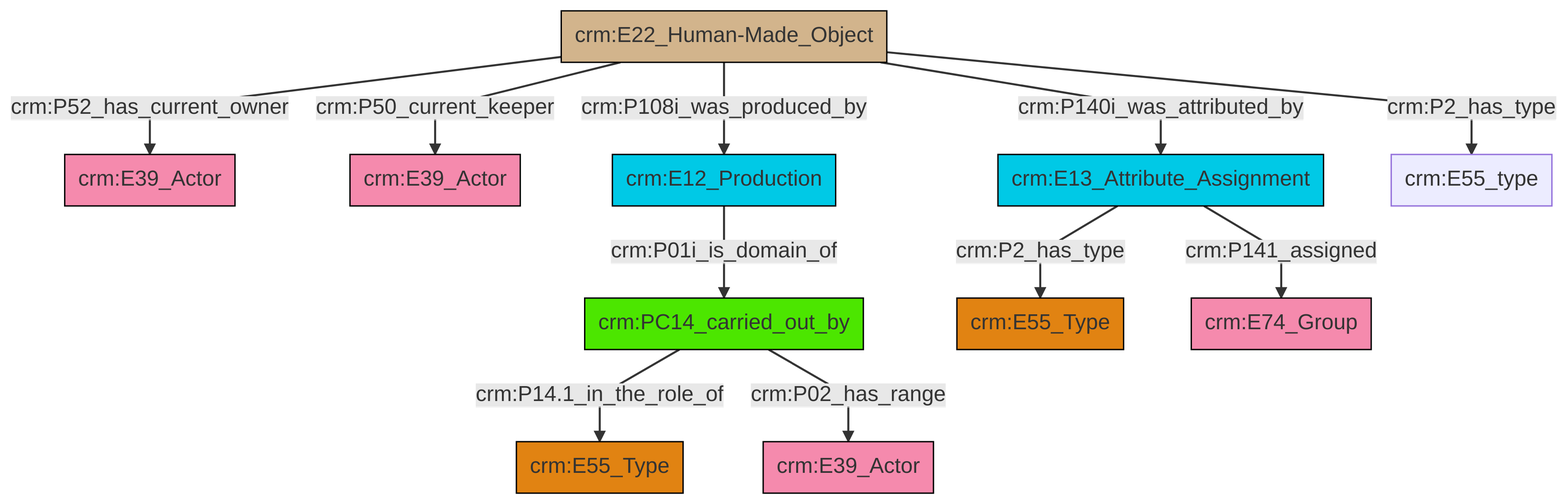
Earlier version of the Mermaid export et/artworkCSV/ttl/mmd/png/Artwork_Actor_Relations.png (swiss-art-research-net/reference-data-models). Its source is kept beside it as et/artworkCSV/ttl/mmd/Artwork_Actor_Relations.ttl.mmd.
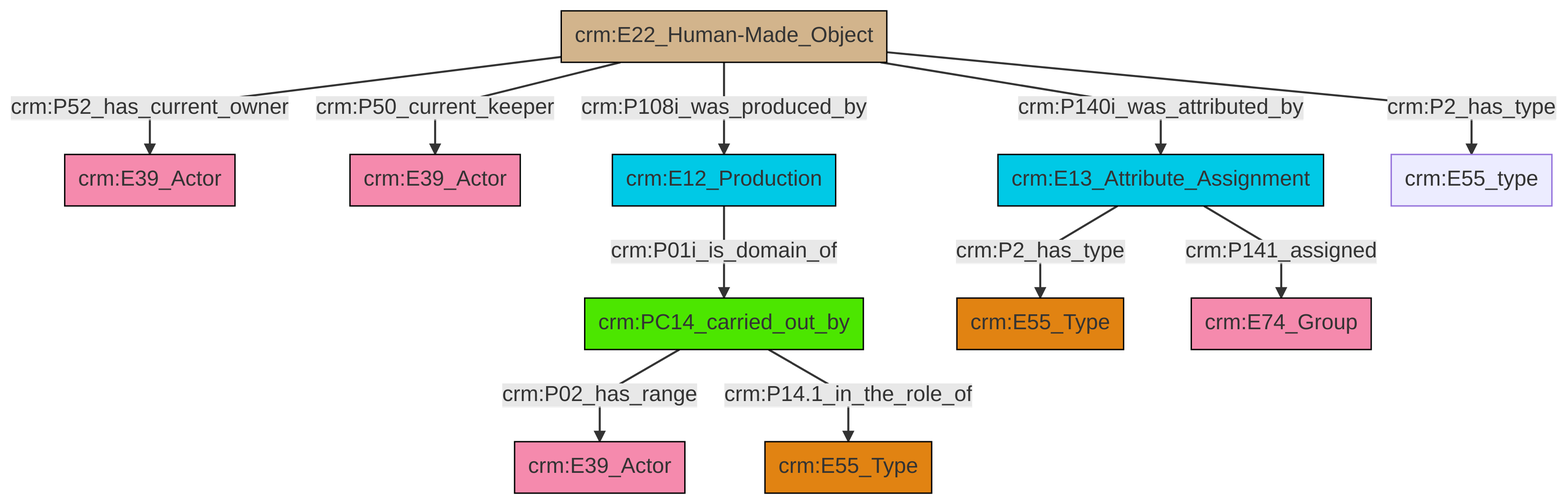
After the commit.

The edit, as a diff of the source:
```diff
@@ -13,13 +13,13 @@
 classDef PC_Classes fill:#4ce600, stroke:#000000;
 classDef Multi fill:#cccccc,stroke:#000000;
 
-2["crm:E22_Human-Made_Object"]:::Physical_Thing -->|crm:P50_current_keeper| 3["crm:E39_Actor"]:::Actor
-4["crm:PC14_carried_out_by"]:::PC_Classes -->|crm:P14.1_in_the_role_of| 5["crm:E55_Type"]:::Type
-6["crm:E13_Attribute_Assignment"]:::Temporal_Entity -->|crm:P2_has_type| 7["crm:E55_Type"]:::Type
-8["crm:E12_Production"]:::Temporal_Entity -->|crm:P01i_is_domain_of| 4["crm:PC14_carried_out_by"]:::PC_Classes
-4["crm:PC14_carried_out_by"]:::PC_Classes -->|crm:P02_has_range| 9["crm:E39_Actor"]:::Actor
-6["crm:E13_Attribute_Assignment"]:::Temporal_Entity -->|crm:P141_assigned| 14["crm:E74_Group"]:::Actor
-2["crm:E22_Human-Made_Object"]:::Physical_Thing -->|crm:P140i_was_attributed_by| 6["crm:E13_Attribute_Assignment"]:::Temporal_Entity
-2["crm:E22_Human-Made_Object"]:::Physical_Thing -->|crm:P108i_was_produced_by| 8["crm:E12_Production"]:::Temporal_Entity
-2["crm:E22_Human-Made_Object"]:::Physical_Thing -->|crm:P52_has_current_owner| 0["crm:E39_Actor"]:::Actor
-2["crm:E22_Human-Made_Object"]:::Physical_Thing -->|crm:P2_has_type| 18["crm:E55_type"]:::Default
+2["crm:E22_Human-Made_Object"]:::Physical_Thing -->|crm:P52_has_current_owner| 13["crm:E39_Actor"]:::Actor
+2["crm:E22_Human-Made_Object"]:::Physical_Thing -->|crm:P50_current_keeper| 17["crm:E39_Actor"]:::Actor
+5["crm:PC14_carried_out_by"]:::PC_Classes -->|crm:P02_has_range| 9["crm:E39_Actor"]:::Actor
+18["crm:E13_Attribute_Assignment"]:::Temporal_Entity -->|crm:P2_has_type| 0["crm:E55_Type"]:::Type
+18["crm:E13_Attribute_Assignment"]:::Temporal_Entity -->|crm:P141_assigned| 20["crm:E74_Group"]:::Actor
+5["crm:PC14_carried_out_by"]:::PC_Classes -->|crm:P14.1_in_the_role_of| 15["crm:E55_Type"]:::Type
+2["crm:E22_Human-Made_Object"]:::Physical_Thing -->|crm:P108i_was_produced_by| 11["crm:E12_Production"]:::Temporal_Entity
+11["crm:E12_Production"]:::Temporal_Entity -->|crm:P01i_is_domain_of| 5["crm:PC14_carried_out_by"]:::PC_Classes
+2["crm:E22_Human-Made_Object"]:::Physical_Thing -->|crm:P140i_was_attributed_by| 18["crm:E13_Attribute_Assignment"]:::Temporal_Entity
+2["crm:E22_Human-Made_Object"]:::Physical_Thing -->|crm:P2_has_type| 7["crm:E55_type"]:::Default
```
